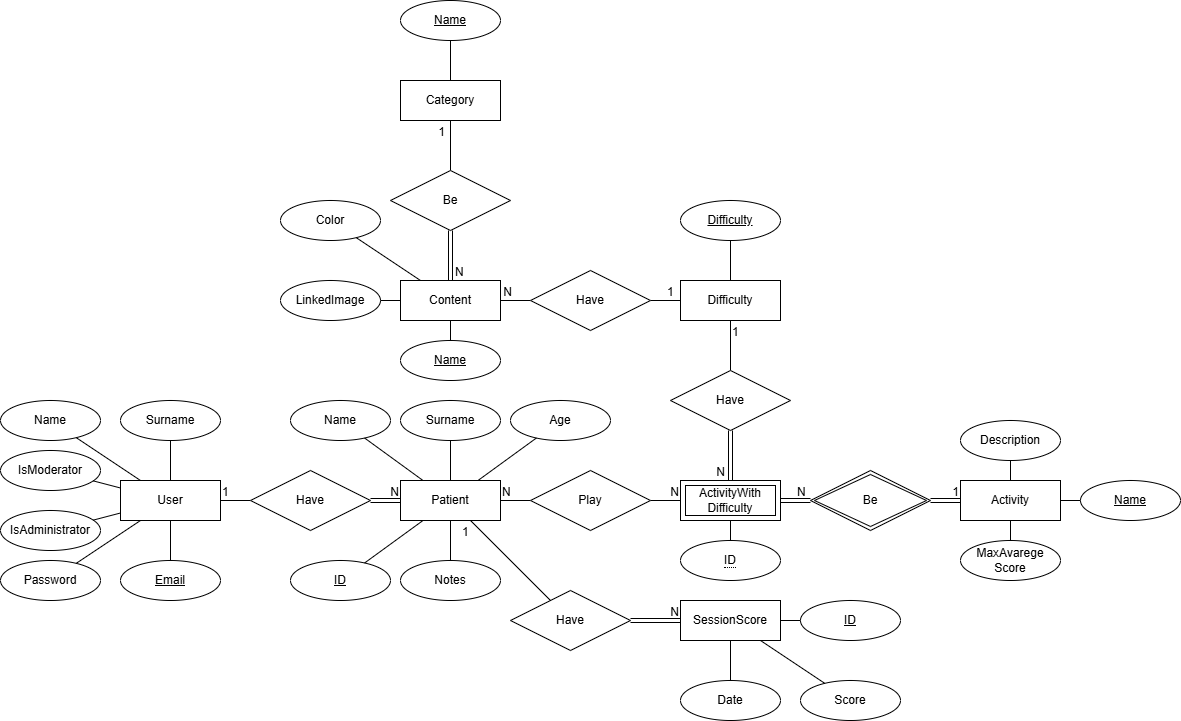
This is docs/database/ER/rehabrain_er.png from Fix-22/rehabrain-web, a draw.io export, as it was before one commit. Source tidied: cells renumbered, new cells last; positions are measured from the earlier drawing's top-left corner, leaving out a move shared by most shapes.
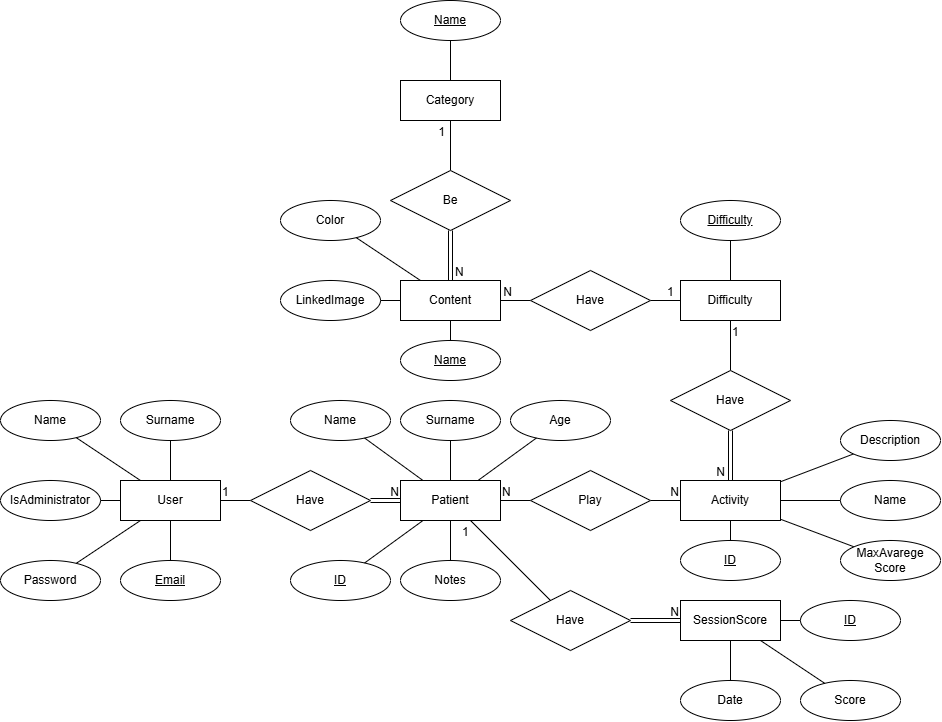
The same file after the commit.

The edit, as a diff of the source:
```diff
@@ -47,15 +47,9 @@
     <mxCell id="16" style="endArrow=none;html=1;rounded=0;" parent="1" edge="1" source="11" target="10">
       <mxGeometry relative="1" as="geometry" />
     </mxCell>
-    <mxCell id="17" value="IsModerator" style="ellipse;whiteSpace=wrap;html=1;align=center;" parent="1" vertex="1">
-      <mxGeometry y="450" width="100" height="40" as="geometry" />
-    </mxCell>
     <mxCell id="18" value="IsAdministrator" style="ellipse;whiteSpace=wrap;html=1;align=center;" parent="1" vertex="1">
-      <mxGeometry y="510" width="100" height="40" as="geometry" />
+      <mxGeometry y="480" width="100" height="40" as="geometry" />
     </mxCell>
-    <mxCell id="19" style="endArrow=none;html=1;rounded=0;" parent="1" edge="1" source="17" target="10">
-      <mxGeometry relative="1" as="geometry" />
-    </mxCell>
     <mxCell id="20" style="endArrow=none;html=1;rounded=0;" parent="1" edge="1" source="18" target="10">
       <mxGeometry relative="1" as="geometry" />
     </mxCell>
@@ -108,10 +102,10 @@
       <mxGeometry relative="1" as="geometry" />
     </mxCell>
     <mxCell id="37" value="Activity" style="whiteSpace=wrap;html=1;align=center;" parent="1" vertex="1">
-      <mxGeometry x="960" y="480" width="100" height="40" as="geometry" />
+      <mxGeometry x="680" y="480" width="100" height="40" as="geometry" />
     </mxCell>
-    <mxCell id="38" value="Name" style="ellipse;whiteSpace=wrap;html=1;align=center;fontStyle=4;" parent="1" vertex="1">
-      <mxGeometry x="1080" y="480" width="100" height="40" as="geometry" />
+    <mxCell id="38" value="Name" style="ellipse;whiteSpace=wrap;html=1;align=center;fontStyle=0;" parent="1" vertex="1">
+      <mxGeometry x="840" y="480" width="100" height="40" as="geometry" />
     </mxCell>
     <mxCell id="39" style="endArrow=none;html=1;rounded=0;" parent="1" edge="1" source="37" target="38">
       <mxGeometry relative="1" as="geometry" />
@@ -160,33 +154,13 @@
     <mxCell id="53" style="endArrow=none;html=1;rounded=0;" parent="1" edge="1" source="50" target="42">
       <mxGeometry relative="1" as="geometry" />
     </mxCell>
-    <mxCell id="54" value="ActivityWith&lt;div&gt;Difficulty&lt;/div&gt;" style="shape=ext;margin=3;double=1;whiteSpace=wrap;html=1;align=center;" parent="1" vertex="1">
-      <mxGeometry x="680" y="480" width="100" height="40" as="geometry" />
-    </mxCell>
     <mxCell id="55" value="Description" style="ellipse;whiteSpace=wrap;html=1;align=center;" parent="1" vertex="1">
-      <mxGeometry x="960" y="420" width="100" height="40" as="geometry" />
+      <mxGeometry x="840" y="420" width="100" height="40" as="geometry" />
     </mxCell>
     <mxCell id="56" value="MaxAvarege&lt;div&gt;Score&lt;/div&gt;" style="ellipse;whiteSpace=wrap;html=1;align=center;" parent="1" vertex="1">
-      <mxGeometry x="960" y="540" width="100" height="40" as="geometry" />
+      <mxGeometry x="840" y="540" width="100" height="40" as="geometry" />
     </mxCell>
-    <mxCell id="57" style="endArrow=none;html=1;rounded=0;shape=link;" parent="1" edge="1" source="61" target="37">
-      <mxGeometry relative="1" as="geometry" />
-    </mxCell>
-    <mxCell id="58" value="1" style="html=1;whiteSpace=wrap;align=right;verticalAlign=bottom;" parent="57" vertex="1">
-      <mxGeometry x="1" relative="1" as="geometry" />
-    </mxCell>
-    <mxCell id="59" style="endArrow=none;html=1;rounded=0;shape=link;" parent="1" edge="1" source="54" target="61">
-      <mxGeometry relative="1" as="geometry" />
-    </mxCell>
-    <mxCell id="60" value="N" style="html=1;whiteSpace=wrap;align=left;verticalAlign=bottom;" parent="59" vertex="1">
-      <mxGeometry x="-1" relative="1" as="geometry">
-        <mxPoint x="15" as="offset" />
-      </mxGeometry>
-    </mxCell>
-    <mxCell id="61" value="Be" style="shape=rhombus;double=1;perimeter=rhombusPerimeter;whiteSpace=wrap;html=1;align=center;" parent="1" vertex="1">
-      <mxGeometry x="810" y="470" width="120" height="60" as="geometry" />
-    </mxCell>
-    <mxCell id="62" style="endArrow=none;html=1;rounded=0;" parent="1" edge="1" source="66" target="54">
+    <mxCell id="62" style="endArrow=none;html=1;rounded=0;" parent="1" edge="1" source="66" target="37">
       <mxGeometry relative="1" as="geometry" />
     </mxCell>
     <mxCell id="63" value="N" style="html=1;whiteSpace=wrap;align=right;verticalAlign=bottom;" parent="62" vertex="1">
@@ -201,7 +175,7 @@
     <mxCell id="66" value="Play" style="shape=rhombus;perimeter=rhombusPerimeter;whiteSpace=wrap;html=1;align=center;" parent="1" vertex="1">
       <mxGeometry x="530" y="470" width="120" height="60" as="geometry" />
     </mxCell>
-    <mxCell id="67" style="endArrow=none;html=1;rounded=0;shape=link;" parent="1" edge="1" source="71" target="54">
+    <mxCell id="67" style="endArrow=none;html=1;rounded=0;shape=link;" parent="1" edge="1" source="71" target="37">
       <mxGeometry relative="1" as="geometry" />
     </mxCell>
     <mxCell id="68" value="N" style="html=1;whiteSpace=wrap;align=right;verticalAlign=bottom;" parent="67" vertex="1">
@@ -220,9 +194,6 @@
     <mxCell id="71" value="Have" style="shape=rhombus;perimeter=rhombusPerimeter;whiteSpace=wrap;html=1;align=center;" parent="1" vertex="1">
       <mxGeometry x="670" y="370" width="120" height="60" as="geometry" />
     </mxCell>
-    <mxCell id="72" style="endArrow=none;html=1;rounded=0;" parent="1" edge="1" source="54" target="77">
-      <mxGeometry relative="1" as="geometry" />
-    </mxCell>
     <mxCell id="73" value="Password" style="ellipse;whiteSpace=wrap;html=1;align=center;" parent="1" vertex="1">
       <mxGeometry y="560" width="100" height="40" as="geometry" />
     </mxCell>
@@ -235,9 +206,6 @@
     <mxCell id="76" style="endArrow=none;html=1;rounded=0;" parent="1" edge="1" source="75" target="2">
       <mxGeometry relative="1" as="geometry" />
     </mxCell>
-    <mxCell id="77" value="&lt;span style=&quot;border-bottom: 1px dotted&quot;&gt;ID&lt;/span&gt;" style="ellipse;whiteSpace=wrap;html=1;align=center;" parent="1" vertex="1">
-      <mxGeometry x="680" y="540" width="100" height="40" as="geometry" />
-    </mxCell>
     <mxCell id="78" style="endArrow=none;html=1;rounded=0;" parent="1" edge="1" source="82" target="2">
       <mxGeometry relative="1" as="geometry" />
     </mxCell>
@@ -285,5 +253,11 @@
     <mxCell id="90" value="Be" style="shape=rhombus;perimeter=rhombusPerimeter;whiteSpace=wrap;html=1;align=center;" parent="1" vertex="1">
       <mxGeometry x="390" y="170" width="120" height="60" as="geometry" />
     </mxCell>
+    <mxCell id="77" value="ID" style="ellipse;whiteSpace=wrap;html=1;align=center;fontStyle=4;" parent="1" vertex="1">
+      <mxGeometry x="680" y="540" width="100" height="40" as="geometry" />
+    </mxCell>
+    <mxCell id="91" style="endArrow=none;html=1;rounded=0;" parent="1" edge="1" source="37" target="77">
+      <mxGeometry relative="1" as="geometry" />
+    </mxCell>
   </root>
 </mxGraphModel>
```
